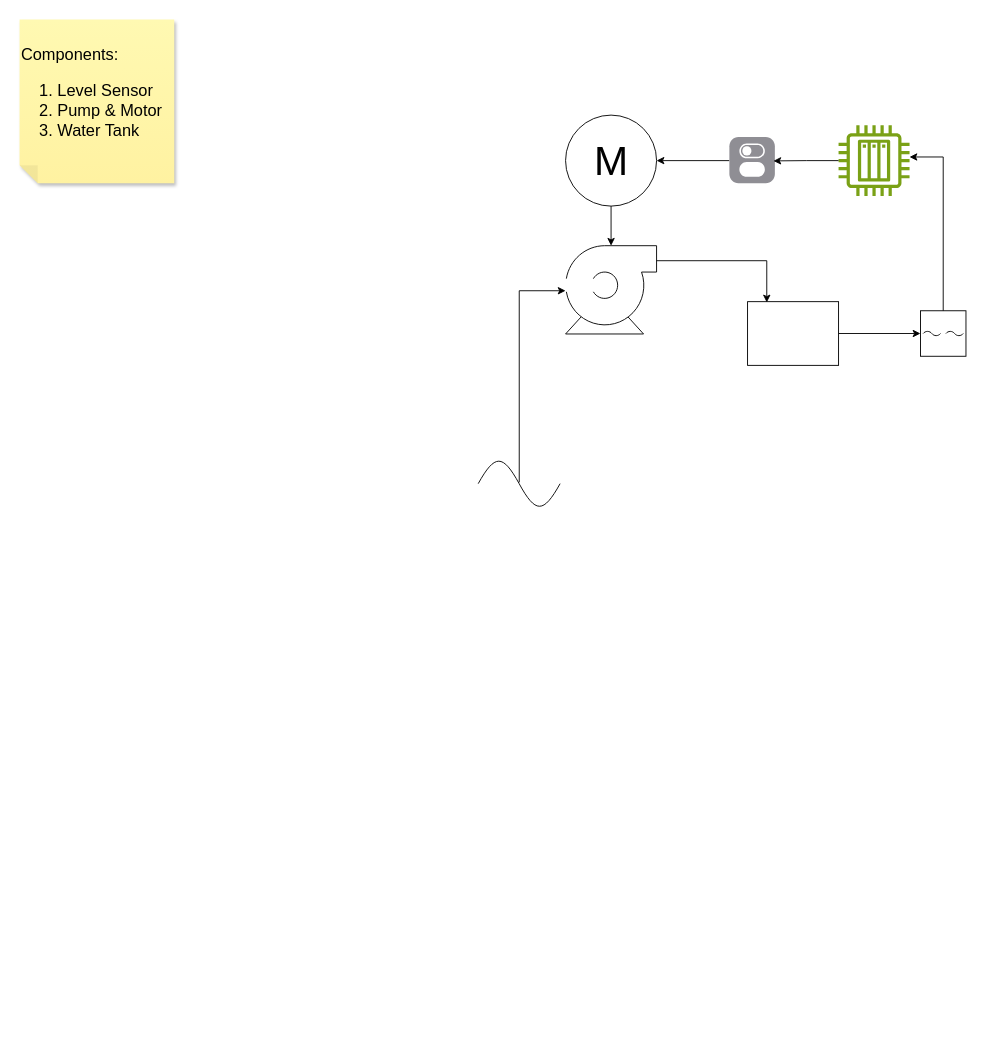
Above: page "Page-1" (1 of 2) of Presentation/water_level_controlling.drawio in rohan2013021/ESE3202 (draw.io), before the change. Source tidied: cells renumbered, new cells numbered last; positions are measured from the earlier drawing's top-left corner, leaving out a move shared by most shapes. Both pictures are drawn from the tidied source at 91%, with x=0, y=0 at pixel (19, 19).
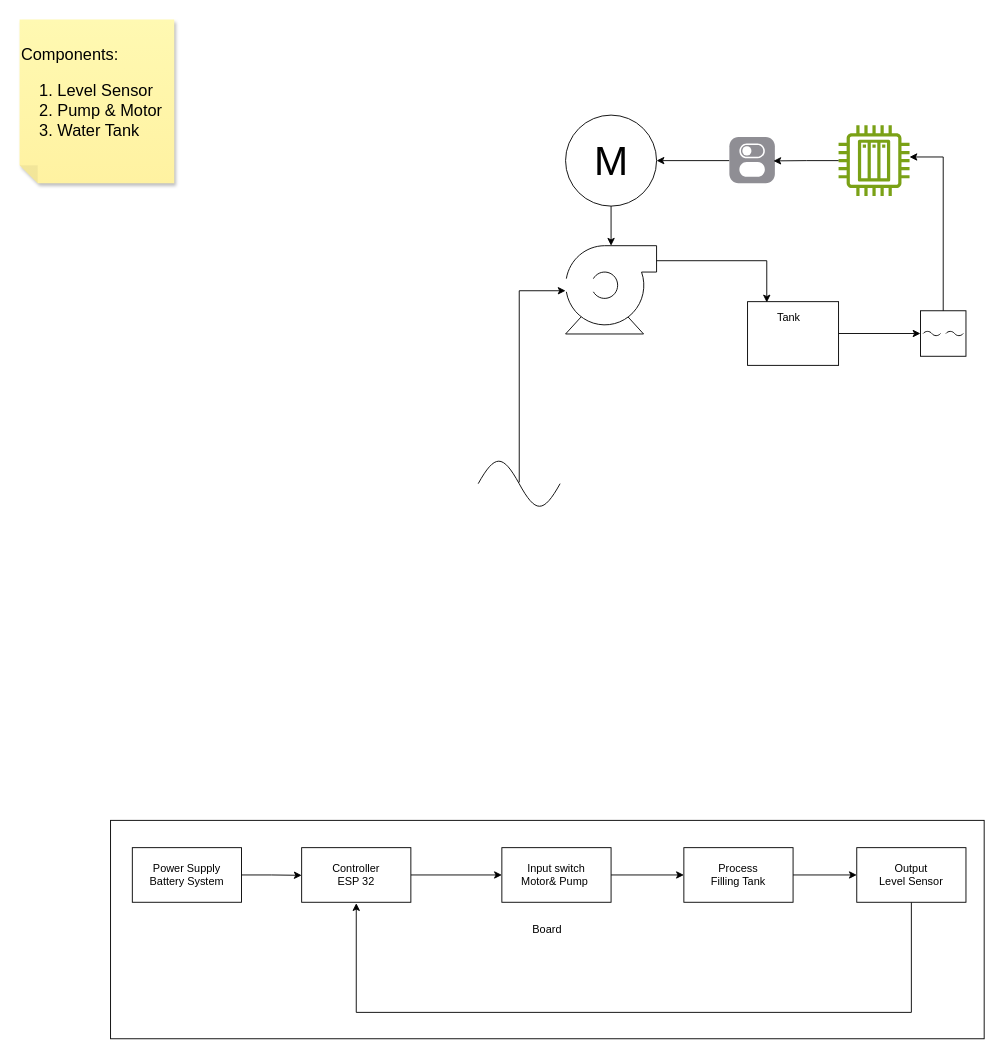
Above is the later version.

What changed in the source:
```diff
@@
+    <mxCell id="17" value="Board" style="rounded=0;whiteSpace=wrap;html=1;" parent="1" vertex="1">
+      <mxGeometry x="100" y="880" width="960" height="240" as="geometry" />
+    </mxCell>
@@
+    <mxCell id="18" value="Tank&lt;div&gt;&lt;br&gt;&lt;/div&gt;" style="text;html=1;align=center;verticalAlign=middle;strokeColor=none;fillColor=none;" parent="1" vertex="1">
+      <mxGeometry x="820" y="315" width="50" height="40" as="geometry" />
+    </mxCell>
+    <mxCell id="19" style="edgeStyle=orthogonalEdgeStyle;rounded=0;jettySize=auto;html=1;" parent="1" edge="1" source="21" target="23">
+      <mxGeometry relative="1" as="geometry" />
+    </mxCell>
+    <mxCell id="20" style="edgeStyle=orthogonalEdgeStyle;rounded=0;jettySize=auto;html=1;startArrow=classic;startFill=1;endArrow=none;endFill=0;" parent="1" edge="1" source="21" target="24">
+      <mxGeometry relative="1" as="geometry" />
+    </mxCell>
+    <mxCell id="21" value="Process&lt;div&gt;Filling Tank&lt;/div&gt;" style="whiteSpace=wrap;html=1;" parent="1" vertex="1">
+      <mxGeometry x="730" y="910" width="120" height="60" as="geometry" />
+    </mxCell>
+    <mxCell id="22" style="edgeStyle=orthogonalEdgeStyle;rounded=0;jettySize=auto;html=1;" parent="1" edge="1" source="23">
+      <mxGeometry relative="1" as="geometry">
+        <mxPoint x="370" y="971" as="targetPoint" />
+        <Array as="points">
+          <mxPoint x="980" y="1091" />
+          <mxPoint x="370" y="1091" />
+        </Array>
+      </mxGeometry>
+    </mxCell>
+    <mxCell id="23" value="Output&lt;div&gt;Level Sensor&lt;/div&gt;" style="whiteSpace=wrap;html=1;" parent="1" vertex="1">
+      <mxGeometry x="920" y="910" width="120" height="60" as="geometry" />
+    </mxCell>
+    <mxCell id="24" value="Input switch&lt;br&gt;&lt;div&gt;&lt;span style=&quot;background-color: initial;&quot;&gt;Motor&amp;amp;&amp;nbsp;&lt;/span&gt;Pump&amp;nbsp;&lt;/div&gt;" style="whiteSpace=wrap;html=1;" parent="1" vertex="1">
+      <mxGeometry x="530" y="910" width="120" height="60" as="geometry" />
+    </mxCell>
+    <mxCell id="25" style="edgeStyle=orthogonalEdgeStyle;rounded=0;jettySize=auto;html=1;" parent="1" edge="1" source="26" target="24">
+      <mxGeometry relative="1" as="geometry" />
+    </mxCell>
+    <mxCell id="26" value="Controller&lt;div&gt;ESP 32&lt;/div&gt;" style="whiteSpace=wrap;html=1;" parent="1" vertex="1">
+      <mxGeometry x="310" y="910" width="120" height="60" as="geometry" />
+    </mxCell>
+    <mxCell id="27" value="Power Supply&lt;div&gt;Battery System&lt;/div&gt;" style="rounded=0;whiteSpace=wrap;html=1;" parent="1" vertex="1">
+      <mxGeometry x="123.9" y="910" width="120" height="60" as="geometry" />
+    </mxCell>
+    <mxCell id="28" style="edgeStyle=orthogonalEdgeStyle;rounded=0;jettySize=auto;html=1;entryX=0.051;entryY=0.506;entryDx=0;entryDy=0;entryPerimeter=0;" parent="1" edge="1" source="27">
+      <mxGeometry relative="1" as="geometry">
+        <mxPoint x="310" y="940.4" as="targetPoint" />
+      </mxGeometry>
+    </mxCell>
```
